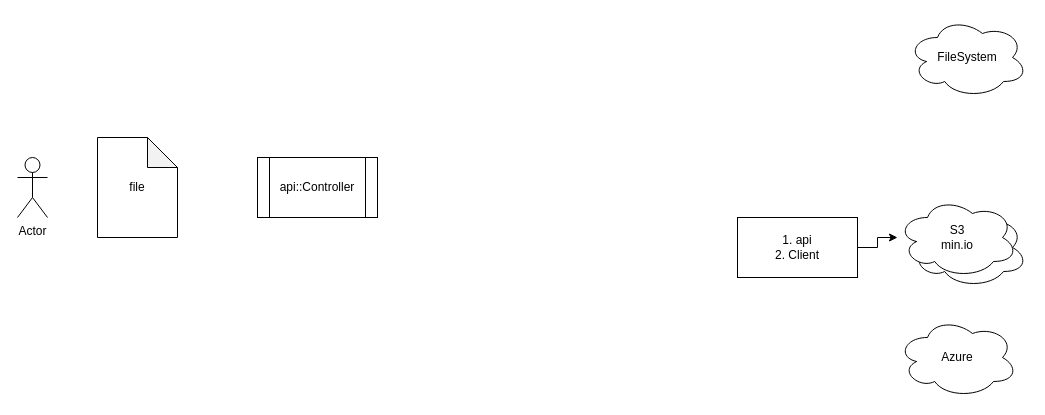
Earlier version of the draw.io diagram page "Page-10" (10 of 10) of Azure.drawio (ninydev/-121_-). Source tidied: cells renumbered, new cells numbered last; positions are measured from the earlier drawing's top-left corner, leaving out a move shared by most shapes. Both pictures are drawn from the tidied source at 100%, with x=0, y=0 at pixel (17, 17).
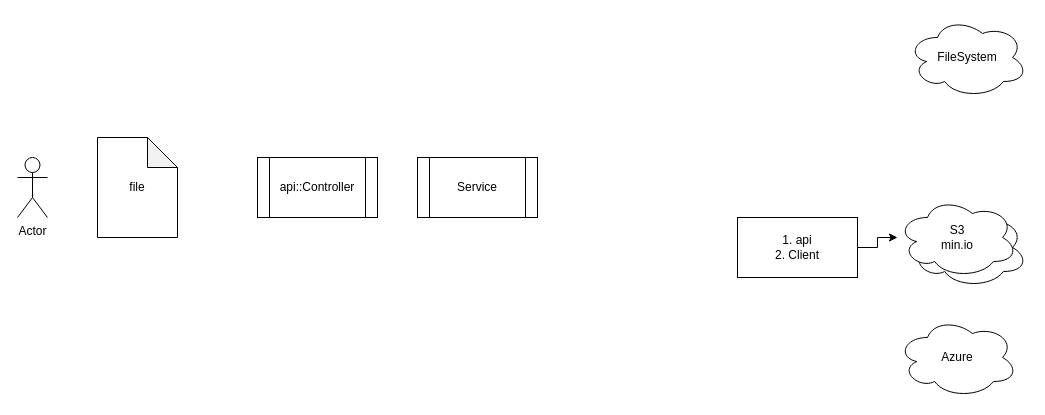
Above is the later version.

Diff of the diagram source:
```diff
@@
 <mxGraphModel>
   <root>
     <mxCell id="0" />
     <mxCell id="1" parent="0" />
     <mxCell id="2" value="S3" style="ellipse;shape=cloud;whiteSpace=wrap;html=1;" parent="1" vertex="1">
       <mxGeometry x="890" y="190" width="120" height="80" as="geometry" />
     </mxCell>
     <mxCell id="3" value="Actor" style="shape=umlActor;verticalLabelPosition=bottom;verticalAlign=top;html=1;" parent="1" vertex="1">
       <mxGeometry y="140" width="30" height="60" as="geometry" />
     </mxCell>
     <mxCell id="4" value="file" style="shape=note;whiteSpace=wrap;html=1;backgroundOutline=1;darkOpacity=0.05;" parent="1" vertex="1">
       <mxGeometry x="80" y="120" width="80" height="100" as="geometry" />
     </mxCell>
     <mxCell id="5" value="api::Controller" style="shape=process;whiteSpace=wrap;html=1;backgroundOutline=1;" parent="1" vertex="1">
       <mxGeometry x="240" y="140" width="120" height="60" as="geometry" />
     </mxCell>
     <mxCell id="6" value="FileSystem" style="ellipse;shape=cloud;whiteSpace=wrap;html=1;" parent="1" vertex="1">
       <mxGeometry x="890" width="120" height="80" as="geometry" />
     </mxCell>
     <mxCell id="7" value="S3&lt;br&gt;min.io" style="ellipse;shape=cloud;whiteSpace=wrap;html=1;" parent="1" vertex="1">
       <mxGeometry x="880" y="180" width="120" height="80" as="geometry" />
     </mxCell>
     <mxCell id="8" value="Azure" style="ellipse;shape=cloud;whiteSpace=wrap;html=1;" parent="1" vertex="1">
       <mxGeometry x="880" y="300" width="120" height="80" as="geometry" />
     </mxCell>
     <mxCell id="9" style="edgeStyle=orthogonalEdgeStyle;rounded=0;jettySize=auto;html=1;" parent="1" edge="1" source="10" target="7">
       <mxGeometry relative="1" as="geometry" />
     </mxCell>
     <mxCell id="10" value="1. api&lt;br&gt;2. Client" style="rounded=0;whiteSpace=wrap;html=1;" parent="1" vertex="1">
       <mxGeometry x="720" y="200" width="120" height="60" as="geometry" />
     </mxCell>
+    <mxCell id="11" value="Service" style="shape=process;whiteSpace=wrap;html=1;backgroundOutline=1;" parent="1" vertex="1">
+      <mxGeometry x="400" y="140" width="120" height="60" as="geometry" />
+    </mxCell>
   </root>
 </mxGraphModel>
```
